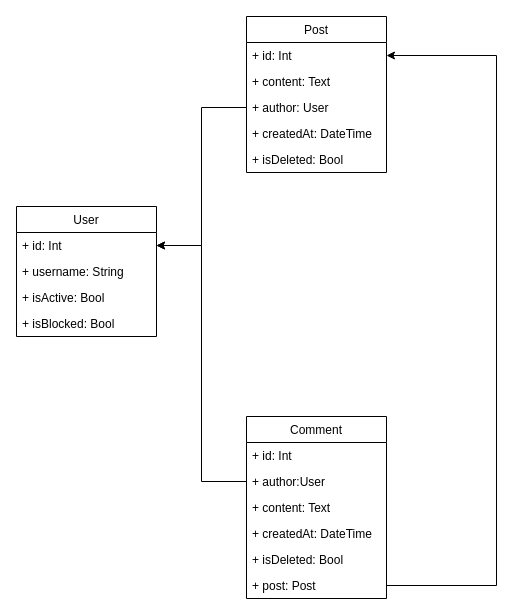
YannickVeron/Blog_Symfony keeps this draw.io diagram as resources/Blog.drawio. Above is the earlier version. Source tidied: cells renumbered, new cells numbered last; positions are measured from the earlier drawing's top-left corner, leaving out a move shared by most shapes. Both pictures are drawn from the tidied source at 100%, with x=0, y=0 at pixel (16, 16).
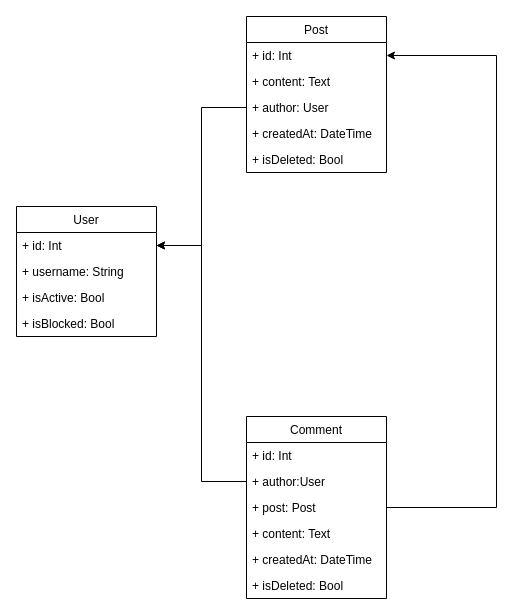
Above is the later version.

Unchanged cells that the change refers to:
```xml
<mxCell id="8" value="+ id: Int" style="text;strokeColor=none;fillColor=none;align=left;verticalAlign=top;spacingLeft=4;spacingRight=4;overflow=hidden;points=[[0,0.5],[1,0.5]];portConstraint=eastwest;" parent="7" vertex="1">
  <mxGeometry y="26" width="140" height="26" as="geometry" />
</mxCell>
<mxCell id="13" value="Comment" style="swimlane;fontStyle=0;horizontal=1;startSize=26;fillColor=none;" parent="1" vertex="1">
  <mxGeometry x="230" y="400" width="140" height="182" as="geometry" />
</mxCell>
```

What changed in the source:
```diff
@@
+    <mxCell id="19" value="+ post: Post" style="text;strokeColor=none;fillColor=none;align=left;verticalAlign=top;spacingLeft=4;spacingRight=4;overflow=hidden;points=[[0,0.5],[1,0.5]];portConstraint=eastwest;" parent="13" vertex="1">
+      <mxGeometry y="78" width="140" height="26" as="geometry" />
+    </mxCell>
     <mxCell id="16" value="+ content: Text" style="text;strokeColor=none;fillColor=none;align=left;verticalAlign=top;spacingLeft=4;spacingRight=4;overflow=hidden;" parent="13" vertex="1">
-      <mxGeometry y="78" width="140" height="26" as="geometry" />
+      <mxGeometry y="104" width="140" height="26" as="geometry" />
     </mxCell>
     <mxCell id="17" value="+ createdAt: DateTime" style="text;strokeColor=none;fillColor=none;align=left;verticalAlign=top;spacingLeft=4;spacingRight=4;overflow=hidden;" parent="13" vertex="1">
-      <mxGeometry y="104" width="140" height="26" as="geometry" />
+      <mxGeometry y="130" width="140" height="26" as="geometry" />
     </mxCell>
     <mxCell id="18" value="+ isDeleted: Bool" style="text;strokeColor=none;fillColor=none;align=left;verticalAlign=top;spacingLeft=4;spacingRight=4;overflow=hidden;" parent="13" vertex="1">
-      <mxGeometry y="130" width="140" height="26" as="geometry" />
+      <mxGeometry y="156" width="140" height="26" as="geometry" />
     </mxCell>
-    <mxCell id="19" value="+ post: Post" style="text;strokeColor=none;fillColor=none;align=left;verticalAlign=top;spacingLeft=4;spacingRight=4;overflow=hidden;points=[[0,0.5],[1,0.5]];portConstraint=eastwest;" parent="13" vertex="1">
-      <mxGeometry y="156" width="140" height="26" as="geometry" />
-    </mxCell>
@@
-    <mxCell id="22" style="edgeStyle=orthogonalEdgeStyle;rounded=0;jettySize=auto;html=1;entryX=1;entryY=0.5;entryDx=0;entryDy=0;" parent="1" edge="1" source="19" target="8">
+    <mxCell id="22" style="edgeStyle=orthogonalEdgeStyle;rounded=0;jettySize=auto;html=1;entryX=1;entryY=0.5;entryDx=0;entryDy=0;exitX=1;exitY=0.5;exitDx=0;exitDy=0;" parent="1" edge="1" source="19" target="8">
       <mxGeometry relative="1" as="geometry">
         <Array as="points">
-          <mxPoint x="480" y="569" />
+          <mxPoint x="480" y="491" />
           <mxPoint x="480" y="39" />
         </Array>
       </mxGeometry>
     </mxCell>
```
